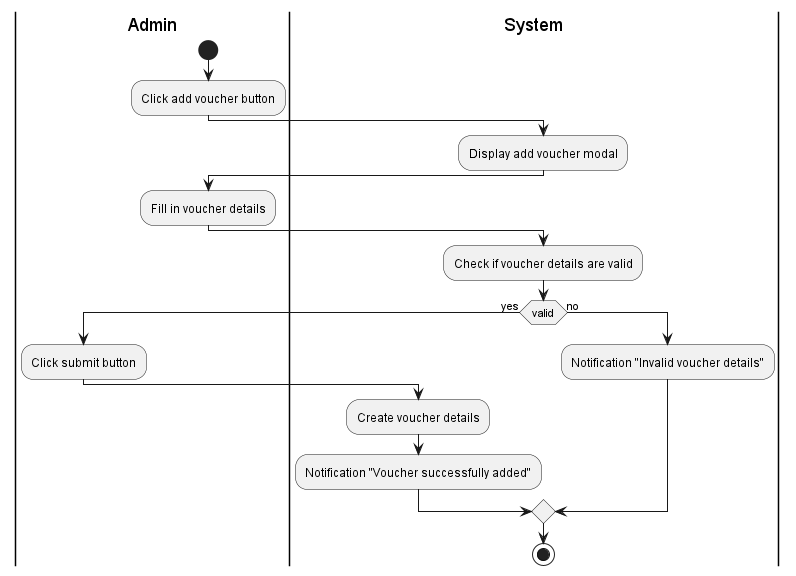
tuankietcoderr/SE357-Practice-class keeps this PlantUML diagram as Lab1/Lab1.2/Activity/img/Add voucher.png. Above is the earlier version.
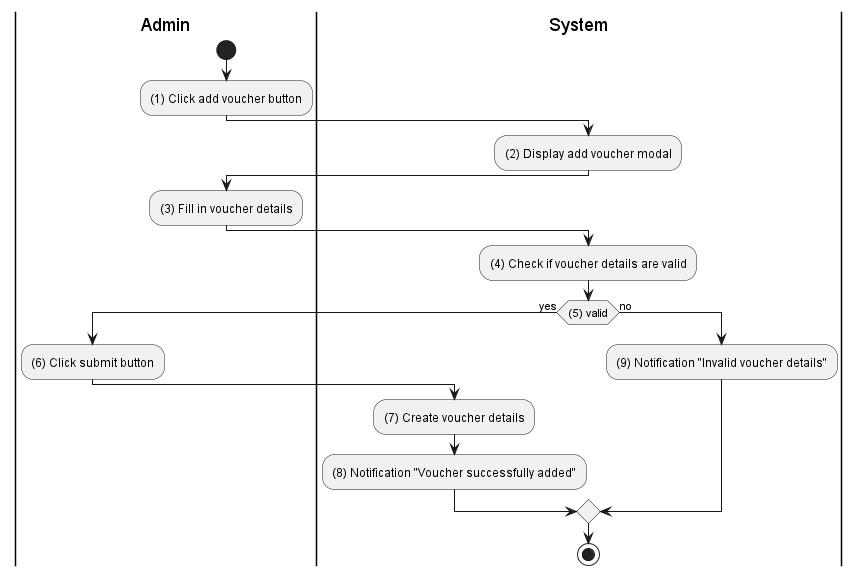
After the commit.

What changed in the source:
```diff
@@ -1,22 +1,22 @@
 @startuml Add voucher
 |Admin|
 start
-:Click add voucher button;
+:(1) Click add voucher button;
 |System|
-:Display add voucher modal;
+:(2) Display add voucher modal;
 |Admin|
-:Fill in voucher details;
+:(3) Fill in voucher details;
 |System|
-:Check if voucher details are valid;
-if (valid) then (yes)
+:(4) Check if voucher details are valid;
+if ((5) valid) then (yes)
 |Admin|
-:Click submit button;
+:(6) Click submit button;
 |System|
-:Create voucher details;
-:Notification "Voucher successfully added";
+:(7) Create voucher details;
+:(8) Notification "Voucher successfully added";
 else (no)
 |System|
-:Notification "Invalid voucher details";
+:(9) Notification "Invalid voucher details";
 endif
 stop
 @enduml
```
